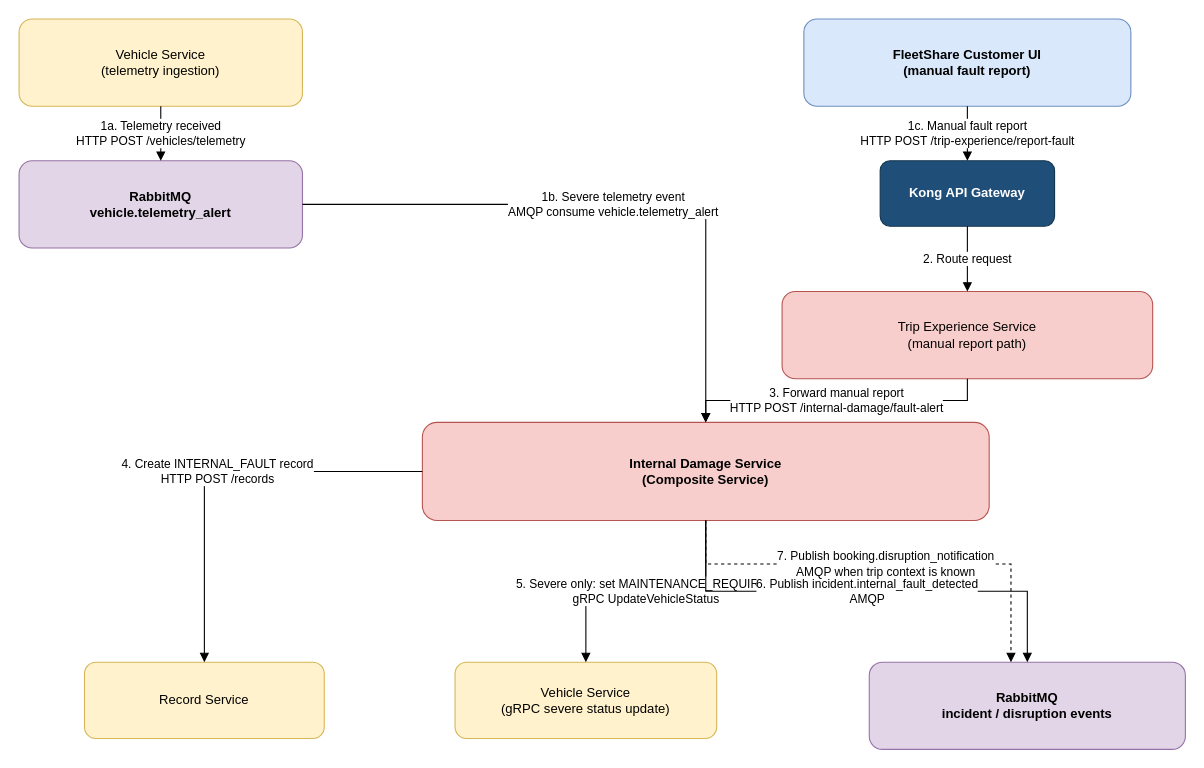
Earlier version of the draw.io diagram docs/report/us2c-in-trip-internal-damage-fault-detection.drawio (srikartejab/fleetshare). Source tidied: cells renumbered, new cells numbered last; positions are measured from the earlier drawing's top-left corner, leaving out a move shared by most shapes. Both pictures are drawn from the tidied source at 109%, with x=0, y=0 at pixel (19, 19).
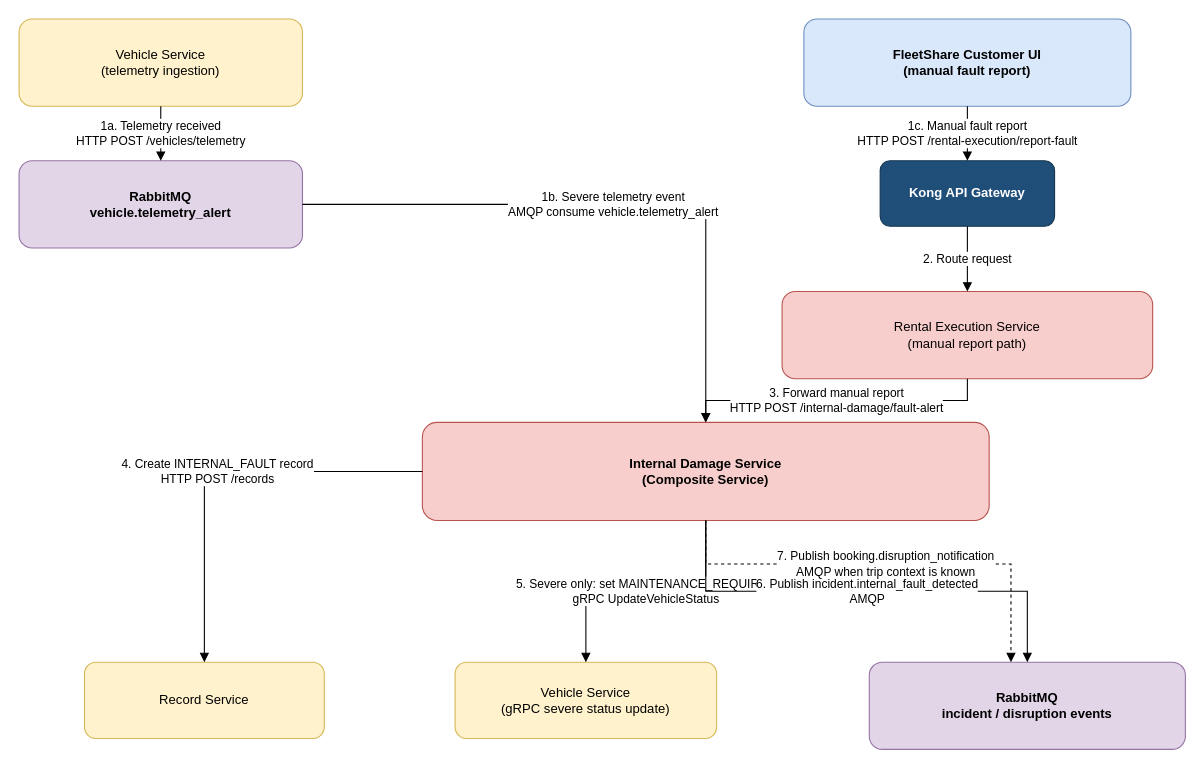
The same diagram, later.

The change refers to these unchanged cells:
```xml
<mxCell id="2" value="FleetShare Customer UI&#10;(manual fault report)" style="rounded=1;whiteSpace=wrap;html=1;fillColor=#dae8fc;strokeColor=#6c8ebf;fontStyle=1;" parent="1" vertex="1">
  <mxGeometry x="720" width="300" height="80" as="geometry" />
</mxCell>
<mxCell id="5" value="Kong API Gateway" style="rounded=1;whiteSpace=wrap;html=1;fillColor=#1f4e79;strokeColor=#12344d;fontColor=#ffffff;fontStyle=1;" parent="1" vertex="1">
  <mxGeometry x="790" y="130" width="160" height="60" as="geometry" />
</mxCell>
```

The edit, as a diff of the source:
```diff
@@
-    <mxCell id="6" value="Trip Experience Service&#10;(manual report path)" style="rounded=1;whiteSpace=wrap;html=1;fillColor=#f8cecc;strokeColor=#b85450;" parent="1" vertex="1">
+    <mxCell id="6" value="Rental Execution Service&#10;(manual report path)" style="rounded=1;whiteSpace=wrap;html=1;fillColor=#f8cecc;strokeColor=#b85450;" parent="1" vertex="1">
       <mxGeometry x="700" y="250" width="340" height="80" as="geometry" />
     </mxCell>
@@
-    <mxCell id="13" value="1c. Manual fault report&#10;HTTP POST /trip-experience/report-fault" style="edgeStyle=orthogonalEdgeStyle;rounded=0;html=1;endArrow=block;endFill=1;" parent="1" edge="1" source="2" target="5">
+    <mxCell id="13" value="1c. Manual fault report&#10;HTTP POST /rental-execution/report-fault" style="edgeStyle=orthogonalEdgeStyle;rounded=0;html=1;endArrow=block;endFill=1;" parent="1" edge="1" source="2" target="5">
       <mxGeometry relative="1" as="geometry" />
     </mxCell>
```
